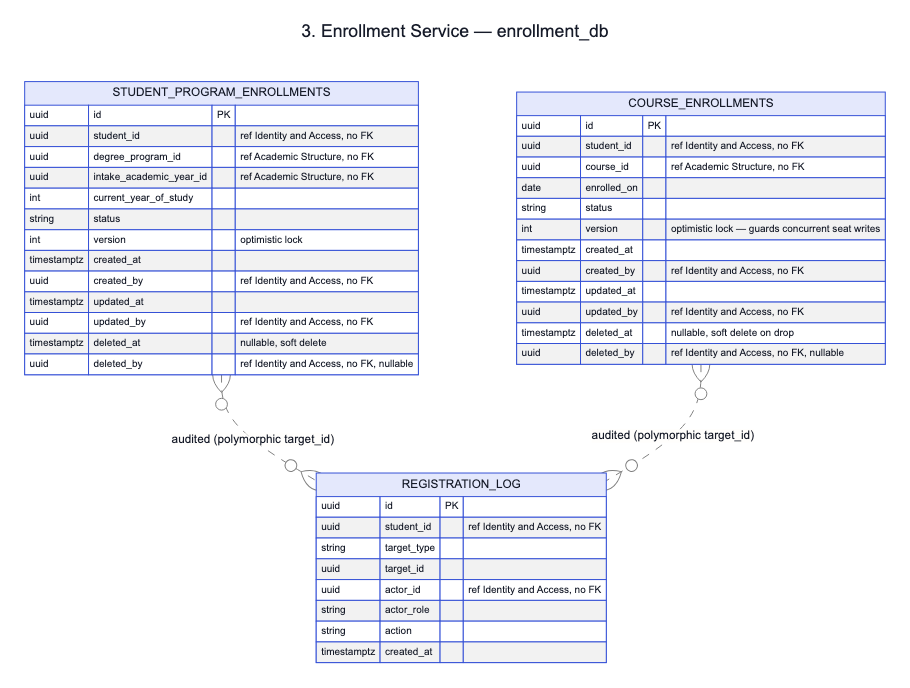
ESD-ONE/University-Course-Management-System keeps this Mermaid diagram as docs/architecture/tables-03-enrollment.png. Above is the earlier version. Its source is kept beside it as docs/architecture/tables-03-enrollment.mmd.
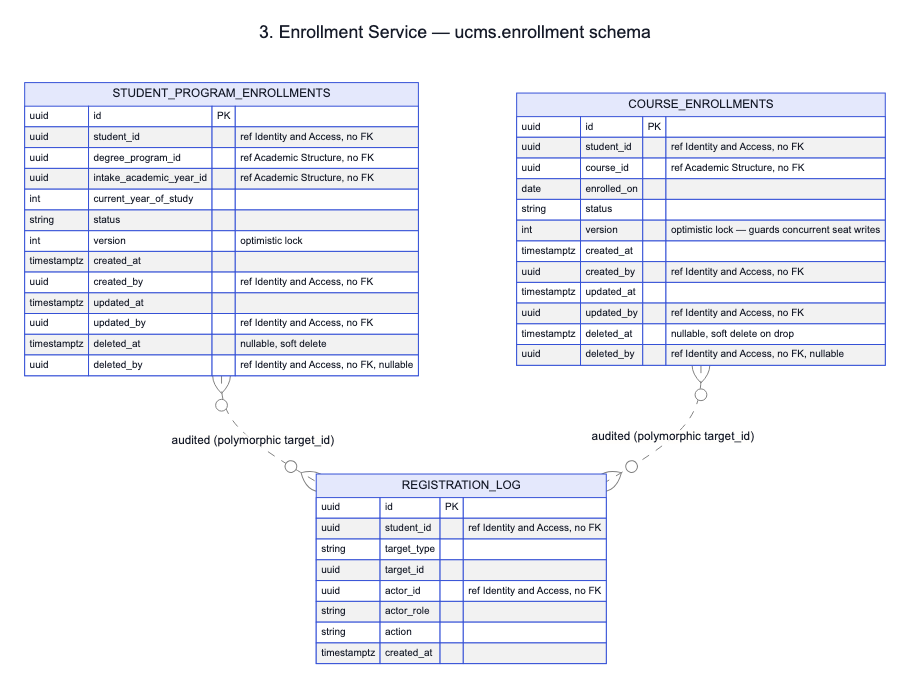
The same diagram one commit later.

Diff of the diagram source:
```diff
@@ -1,5 +1,5 @@
 ---
-title: 3. Enrollment Service — enrollment_db
+title: 3. Enrollment Service — ucms.enrollment schema
 ---
 erDiagram
     STUDENT_PROGRAM_ENROLLMENTS {
```
